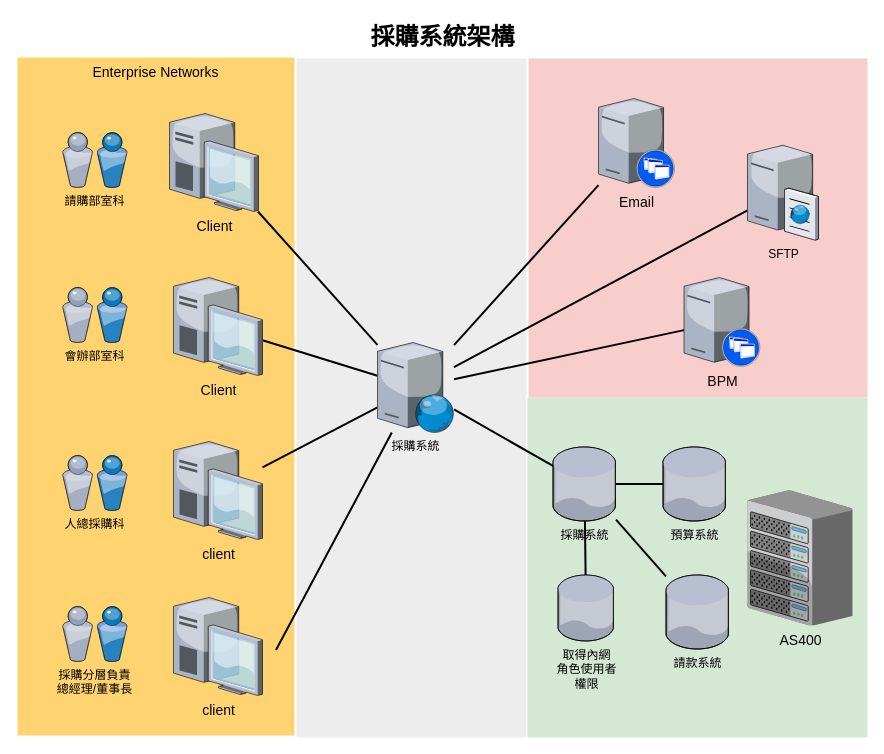
The draw.io diagram 系統架構圖.drawio in wulitsu/hello-world, before the edit. Source tidied: cells renumbered, new cells numbered last; positions are measured from the earlier drawing's top-left corner, leaving out a move shared by most shapes. Both pictures are drawn from the tidied source at 100%, with x=0, y=0 at pixel (17, 17).
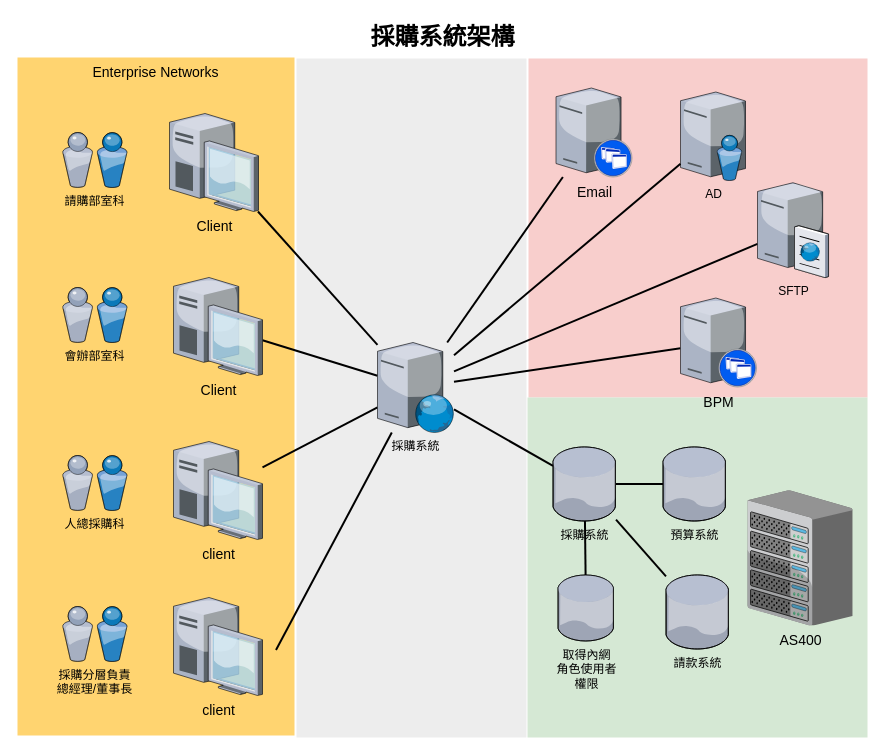
Above is the later version.

Commit message:
更新系統架構圖.drawio

Unchanged cells that the change refers to:
```xml
<mxCell id="26" value="採購系統" style="verticalLabelPosition=bottom;html=1;verticalAlign=top;strokeColor=none;align=center;outlineConnect=0;shape=mxgraph.citrix.web_server;" parent="1" vertex="1">
  <mxGeometry x="360" y="325" width="76.5" height="90" as="geometry" />
</mxCell>
```

The edit, as a diff of the source:
```diff
@@
     <mxCell id="14" value="BPM" style="verticalLabelPosition=bottom;html=1;verticalAlign=top;strokeColor=none;shape=mxgraph.citrix.xenapp_server;fillColor=#66B2FF;gradientColor=#0066CC;fontSize=14;" parent="1" vertex="1">
-      <mxGeometry x="666.5" y="260" width="76" height="89" as="geometry" />
+      <mxGeometry x="663" y="280.5" width="76" height="89" as="geometry" />
     </mxCell>
@@
     <mxCell id="17" value="Email" style="verticalLabelPosition=bottom;html=1;verticalAlign=top;strokeColor=none;shape=mxgraph.citrix.xenapp_server;fillColor=#66B2FF;gradientColor=#0066CC;fontSize=14;" parent="1" vertex="1">
-      <mxGeometry x="581" y="81" width="76" height="89" as="geometry" />
+      <mxGeometry x="538.5" y="70.5" width="76" height="89" as="geometry" />
     </mxCell>
@@
     <mxCell id="28" value="SFTP" style="verticalLabelPosition=bottom;html=1;verticalAlign=top;strokeColor=none;align=center;outlineConnect=0;shape=mxgraph.citrix.ftp_server;" parent="1" vertex="1">
-      <mxGeometry x="730" y="125.5" width="71" height="97" as="geometry" />
+      <mxGeometry x="740" y="163" width="71" height="97" as="geometry" />
     </mxCell>
@@
+    <mxCell id="35" value="AD" style="verticalLabelPosition=bottom;html=1;verticalAlign=top;strokeColor=none;align=center;outlineConnect=0;shape=mxgraph.citrix.directory_server;" parent="1" vertex="1">
+      <mxGeometry x="663" y="74.5" width="65" height="88.5" as="geometry" />
+    </mxCell>
+    <mxCell id="36" style="edgeStyle=none;rounded=0;html=1;startSize=10;endSize=10;jettySize=auto;fontSize=14;endArrow=none;endFill=0;strokeWidth=2;" parent="1" edge="1" source="35" target="26">
+      <mxGeometry relative="1" as="geometry" />
+    </mxCell>
```
